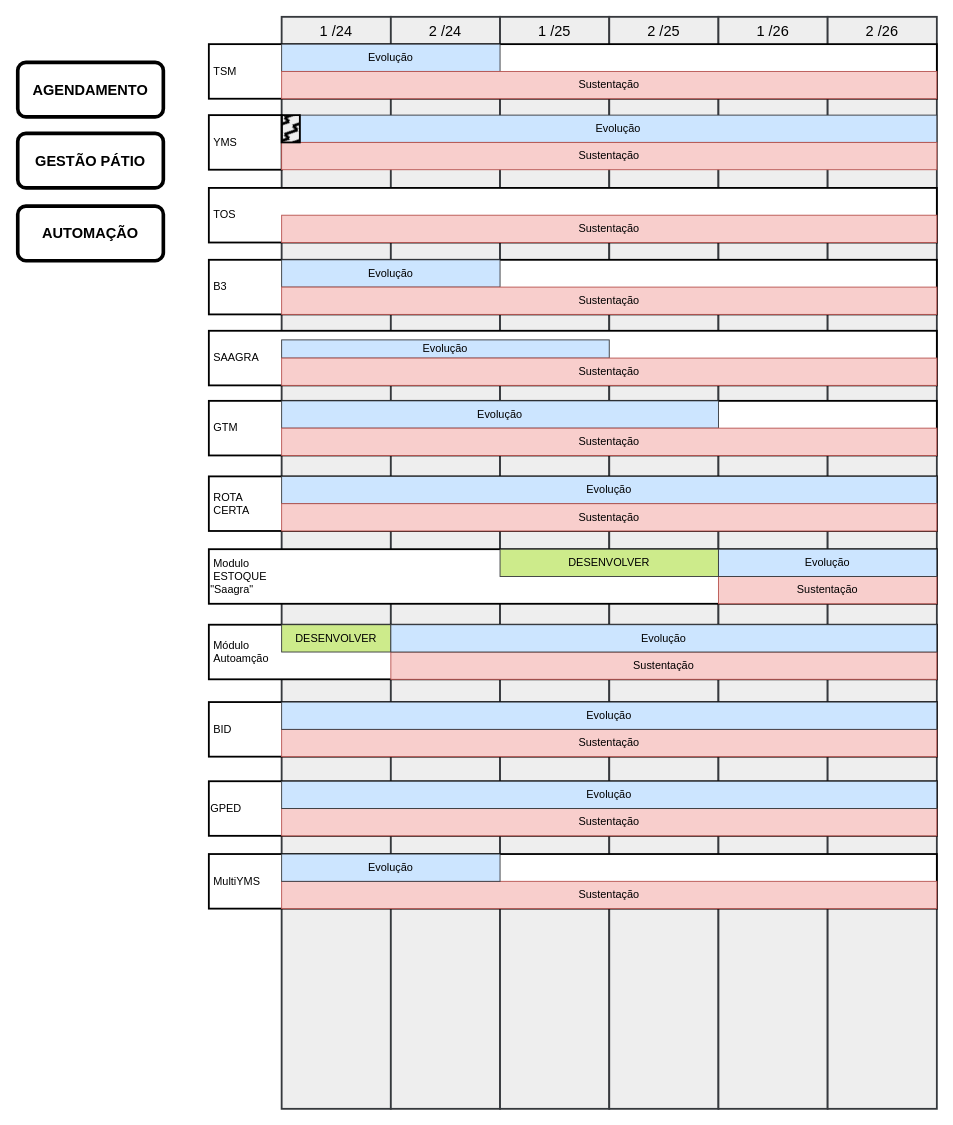
This is product.drawio from marcelopedroso/yms_tech, a draw.io file, before an edit. Source tidied: cells renumbered, new cells numbered last; positions are measured from the earlier drawing's top-left corner, leaving out a move shared by most shapes. Both pictures are drawn from the tidied source at 91%, with x=0, y=0 at pixel (17, 16).
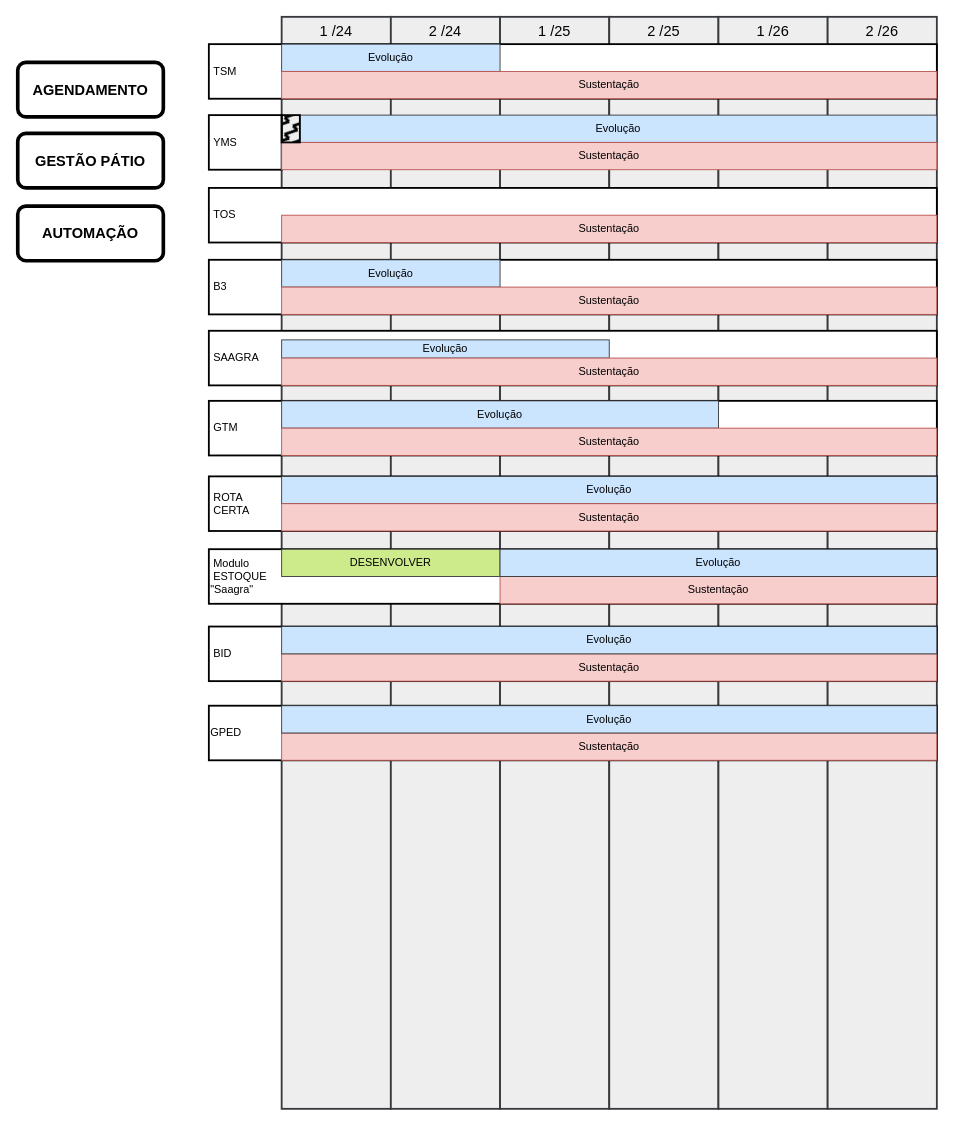
After the change.

What changed in the source:
```diff
@@
     <mxCell id="21" value="DESENVOLVER" style="rounded=0;whiteSpace=wrap;html=1;fillColor=#cdeb8b;strokeColor=#36393d;" parent="1" vertex="1">
-      <mxGeometry x="530" y="585" width="240" height="30" as="geometry" />
+      <mxGeometry x="290" y="585" width="240" height="30" as="geometry" />
     </mxCell>
     <mxCell id="22" value="Sustentação" style="rounded=0;whiteSpace=wrap;html=1;fillColor=#f8cecc;strokeColor=#b85450;" parent="1" vertex="1">
-      <mxGeometry x="770" y="615" width="240" height="30" as="geometry" />
+      <mxGeometry x="530" y="615" width="480" height="30" as="geometry" />
     </mxCell>
     <mxCell id="23" value="Evolução" style="rounded=0;whiteSpace=wrap;html=1;fillColor=#cce5ff;strokeColor=#36393d;" parent="1" vertex="1">
-      <mxGeometry x="770" y="585" width="240" height="30" as="geometry" />
+      <mxGeometry x="530" y="585" width="480" height="30" as="geometry" />
     </mxCell>
@@
-    <mxCell id="27" value="&amp;nbsp;Módulo&lt;br&gt;&amp;nbsp;Autoamção" style="rounded=0;whiteSpace=wrap;html=1;align=left;strokeWidth=2;fillColor=default;" parent="1" vertex="1">
-      <mxGeometry x="210" y="668" width="800" height="60" as="geometry" />
-    </mxCell>
-    <mxCell id="28" value="DESENVOLVER" style="rounded=0;whiteSpace=wrap;html=1;fillColor=#cdeb8b;strokeColor=#36393d;" parent="1" vertex="1">
-      <mxGeometry x="290" y="668" width="120" height="30" as="geometry" />
-    </mxCell>
-    <mxCell id="29" value="Sustentação" style="rounded=0;whiteSpace=wrap;html=1;fillColor=#f8cecc;strokeColor=#b85450;" parent="1" vertex="1">
-      <mxGeometry x="410" y="698" width="600" height="30" as="geometry" />
-    </mxCell>
-    <mxCell id="30" value="Evolução" style="rounded=0;whiteSpace=wrap;html=1;fillColor=#cce5ff;strokeColor=#36393d;" parent="1" vertex="1">
-      <mxGeometry x="410" y="668" width="600" height="30" as="geometry" />
-    </mxCell>
@@
     <mxCell id="36" value="&amp;nbsp;BID" style="rounded=0;whiteSpace=wrap;html=1;align=left;strokeWidth=2;fillColor=default;" parent="1" vertex="1">
-      <mxGeometry x="210" y="753" width="800" height="60" as="geometry" />
+      <mxGeometry x="210" y="670" width="800" height="60" as="geometry" />
     </mxCell>
     <mxCell id="37" value="Sustentação" style="rounded=0;whiteSpace=wrap;html=1;fillColor=#f8cecc;strokeColor=#b85450;" parent="1" vertex="1">
-      <mxGeometry x="290" y="783" width="720" height="30" as="geometry" />
+      <mxGeometry x="290" y="700" width="720" height="30" as="geometry" />
     </mxCell>
     <mxCell id="38" value="Evolução" style="rounded=0;whiteSpace=wrap;html=1;fillColor=#cce5ff;strokeColor=#36393d;" parent="1" vertex="1">
-      <mxGeometry x="290" y="753" width="720" height="30" as="geometry" />
+      <mxGeometry x="290" y="670" width="720" height="30" as="geometry" />
     </mxCell>
@@
     <mxCell id="43" value="GPED" style="rounded=0;whiteSpace=wrap;html=1;align=left;strokeWidth=2;fillColor=default;" parent="1" vertex="1">
-      <mxGeometry x="210" y="840" width="800" height="60" as="geometry" />
+      <mxGeometry x="210" y="757" width="800" height="60" as="geometry" />
     </mxCell>
     <mxCell id="44" value="Sustentação" style="rounded=0;whiteSpace=wrap;html=1;fillColor=#f8cecc;strokeColor=#b85450;" parent="1" vertex="1">
-      <mxGeometry x="290" y="870" width="720" height="30" as="geometry" />
+      <mxGeometry x="290" y="787" width="720" height="30" as="geometry" />
     </mxCell>
     <mxCell id="45" value="Evolução" style="rounded=0;whiteSpace=wrap;html=1;fillColor=#cce5ff;strokeColor=#36393d;" parent="1" vertex="1">
-      <mxGeometry x="290" y="840" width="720" height="30" as="geometry" />
+      <mxGeometry x="290" y="757" width="720" height="30" as="geometry" />
     </mxCell>
-    <mxCell id="46" value="&amp;nbsp;MultiYMS" style="rounded=0;whiteSpace=wrap;html=1;align=left;strokeWidth=2;fillColor=default;" parent="1" vertex="1">
-      <mxGeometry x="210" y="920" width="800" height="60" as="geometry" />
-    </mxCell>
-    <mxCell id="47" value="Sustentação" style="rounded=0;whiteSpace=wrap;html=1;fillColor=#f8cecc;strokeColor=#b85450;" parent="1" vertex="1">
-      <mxGeometry x="290" y="950" width="720" height="30" as="geometry" />
-    </mxCell>
-    <mxCell id="48" value="Evolução" style="rounded=0;whiteSpace=wrap;html=1;fillColor=#cce5ff;strokeColor=#36393d;" parent="1" vertex="1">
-      <mxGeometry x="290" y="920" width="240" height="30" as="geometry" />
-    </mxCell>
```
